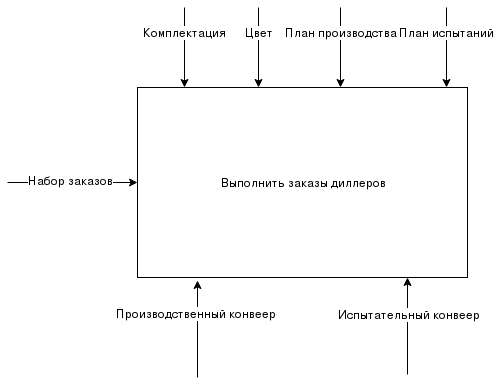
Earlier version of the draw.io export diagrams/idef0_0.png (akhoroshev/se-architecture-course). Source tidied: cells renumbered, new cells last; positions are measured from the earlier drawing's top-left corner, leaving out a move shared by most shapes. The source it was exported from:
```xml
<mxGraphModel>
  <root>
    <mxCell id="0" />
    <mxCell id="1" parent="0" />
    <mxCell id="2" value="Выполнить заказы диллеров" style="rounded=0;whiteSpace=wrap;html=1;" parent="1" vertex="1">
      <mxGeometry x="130" y="80" width="330" height="190" as="geometry" />
    </mxCell>
    <mxCell id="3" style="endArrow=classic;html=1;entryX=0.182;entryY=1.016;entryDx=0;entryDy=0;entryPerimeter=0;" parent="1" edge="1" target="2">
      <mxGeometry relative="1" as="geometry">
        <mxPoint x="190" y="370" as="sourcePoint" />
      </mxGeometry>
    </mxCell>
    <mxCell id="4" value="Производственный конвеер" style="text;html=1;align=center;verticalAlign=middle;labelBackgroundColor=#ffffff;" parent="3" vertex="1">
      <mxGeometry x="0.34" y="2" relative="1" as="geometry" />
    </mxCell>
    <mxCell id="5" style="endArrow=classic;html=1;entryX=0.182;entryY=1.016;entryDx=0;entryDy=0;entryPerimeter=0;" parent="1" edge="1">
      <mxGeometry relative="1" as="geometry">
        <mxPoint x="400" y="367" as="sourcePoint" />
        <mxPoint x="400" y="270" as="targetPoint" />
      </mxGeometry>
    </mxCell>
    <mxCell id="6" value="Испытательный конвеер" style="text;html=1;align=center;verticalAlign=middle;labelBackgroundColor=#ffffff;" parent="5" vertex="1">
      <mxGeometry x="0.26" y="-1" relative="1" as="geometry" />
    </mxCell>
    <mxCell id="7" style="endArrow=classic;html=1;entryX=0;entryY=0.579;entryDx=0;entryDy=0;entryPerimeter=0;" parent="1" edge="1">
      <mxGeometry relative="1" as="geometry">
        <mxPoint y="175" as="sourcePoint" />
        <mxPoint x="130" y="175" as="targetPoint" />
      </mxGeometry>
    </mxCell>
    <mxCell id="8" value="Набор заказов" style="text;html=1;align=center;verticalAlign=middle;labelBackgroundColor=#ffffff;" parent="7" vertex="1">
      <mxGeometry x="0.4" y="3" relative="1" as="geometry">
        <mxPoint x="-28" as="offset" />
      </mxGeometry>
    </mxCell>
    <mxCell id="9" style="endArrow=classic;html=1;" parent="1" edge="1">
      <mxGeometry relative="1" as="geometry">
        <mxPoint x="177" as="sourcePoint" />
        <mxPoint x="177" y="80" as="targetPoint" />
      </mxGeometry>
    </mxCell>
    <mxCell id="10" value="Комплектация" style="text;html=1;align=center;verticalAlign=middle;labelBackgroundColor=#ffffff;" parent="9" vertex="1">
      <mxGeometry x="-0.4" relative="1" as="geometry" />
    </mxCell>
    <mxCell id="11" style="endArrow=classic;html=1;" parent="1" edge="1">
      <mxGeometry relative="1" as="geometry">
        <mxPoint x="251" as="sourcePoint" />
        <mxPoint x="251" y="80" as="targetPoint" />
      </mxGeometry>
    </mxCell>
    <mxCell id="12" value="Цвет" style="text;html=1;align=center;verticalAlign=middle;labelBackgroundColor=#ffffff;" parent="11" vertex="1">
      <mxGeometry x="-0.4" relative="1" as="geometry" />
    </mxCell>
    <mxCell id="13" style="endArrow=classic;html=1;" parent="1" edge="1">
      <mxGeometry relative="1" as="geometry">
        <mxPoint x="333" as="sourcePoint" />
        <mxPoint x="333" y="80" as="targetPoint" />
      </mxGeometry>
    </mxCell>
    <mxCell id="14" value="План производства" style="text;html=1;align=center;verticalAlign=middle;labelBackgroundColor=#ffffff;" parent="13" vertex="1">
      <mxGeometry x="-0.4" relative="1" as="geometry" />
    </mxCell>
    <mxCell id="15" style="endArrow=classic;html=1;" parent="1" edge="1">
      <mxGeometry relative="1" as="geometry">
        <mxPoint x="439" as="sourcePoint" />
        <mxPoint x="439" y="80" as="targetPoint" />
      </mxGeometry>
    </mxCell>
    <mxCell id="16" value="План испытаний" style="text;html=1;align=center;verticalAlign=middle;labelBackgroundColor=#ffffff;" parent="15" vertex="1">
      <mxGeometry x="-0.4" relative="1" as="geometry" />
    </mxCell>
  </root>
</mxGraphModel>
```
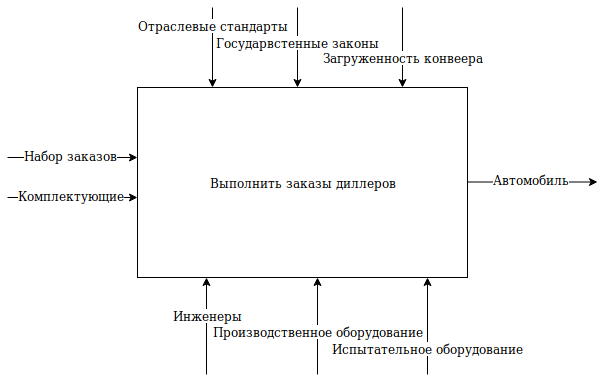
After the commit.

The edit, as a diff of the source:
```diff
@@ -5,27 +5,21 @@
     <mxCell id="2" value="Выполнить заказы диллеров" style="rounded=0;whiteSpace=wrap;html=1;" parent="1" vertex="1">
       <mxGeometry x="130" y="80" width="330" height="190" as="geometry" />
     </mxCell>
-    <mxCell id="3" style="endArrow=classic;html=1;entryX=0.182;entryY=1.016;entryDx=0;entryDy=0;entryPerimeter=0;" parent="1" edge="1" target="2">
-      <mxGeometry relative="1" as="geometry">
-        <mxPoint x="190" y="370" as="sourcePoint" />
-      </mxGeometry>
-    </mxCell>
-    <mxCell id="4" value="Производственный конвеер" style="text;html=1;align=center;verticalAlign=middle;labelBackgroundColor=#ffffff;" parent="3" vertex="1">
-      <mxGeometry x="0.34" y="2" relative="1" as="geometry" />
-    </mxCell>
     <mxCell id="5" style="endArrow=classic;html=1;entryX=0.182;entryY=1.016;entryDx=0;entryDy=0;entryPerimeter=0;" parent="1" edge="1">
       <mxGeometry relative="1" as="geometry">
-        <mxPoint x="400" y="367" as="sourcePoint" />
-        <mxPoint x="400" y="270" as="targetPoint" />
+        <mxPoint x="420" y="367" as="sourcePoint" />
+        <mxPoint x="420" y="270" as="targetPoint" />
       </mxGeometry>
     </mxCell>
-    <mxCell id="6" value="Испытательный конвеер" style="text;html=1;align=center;verticalAlign=middle;labelBackgroundColor=#ffffff;" parent="5" vertex="1">
-      <mxGeometry x="0.26" y="-1" relative="1" as="geometry" />
+    <mxCell id="6" value="Испытательное оборудование" style="text;html=1;align=center;verticalAlign=middle;labelBackgroundColor=#ffffff;" parent="5" vertex="1">
+      <mxGeometry x="0.26" y="-1" relative="1" as="geometry">
+        <mxPoint x="-1" y="34" as="offset" />
+      </mxGeometry>
     </mxCell>
     <mxCell id="7" style="endArrow=classic;html=1;entryX=0;entryY=0.579;entryDx=0;entryDy=0;entryPerimeter=0;" parent="1" edge="1">
       <mxGeometry relative="1" as="geometry">
-        <mxPoint y="175" as="sourcePoint" />
-        <mxPoint x="130" y="175" as="targetPoint" />
+        <mxPoint y="150" as="sourcePoint" />
+        <mxPoint x="130" y="150" as="targetPoint" />
       </mxGeometry>
     </mxCell>
     <mxCell id="8" value="Набор заказов" style="text;html=1;align=center;verticalAlign=middle;labelBackgroundColor=#ffffff;" parent="7" vertex="1">
@@ -33,41 +27,82 @@
         <mxPoint x="-28" as="offset" />
       </mxGeometry>
     </mxCell>
-    <mxCell id="9" style="endArrow=classic;html=1;" parent="1" edge="1">
-      <mxGeometry relative="1" as="geometry">
-        <mxPoint x="177" as="sourcePoint" />
-        <mxPoint x="177" y="80" as="targetPoint" />
-      </mxGeometry>
-    </mxCell>
-    <mxCell id="10" value="Комплектация" style="text;html=1;align=center;verticalAlign=middle;labelBackgroundColor=#ffffff;" parent="9" vertex="1">
-      <mxGeometry x="-0.4" relative="1" as="geometry" />
-    </mxCell>
-    <mxCell id="11" style="endArrow=classic;html=1;" parent="1" edge="1">
-      <mxGeometry relative="1" as="geometry">
-        <mxPoint x="251" as="sourcePoint" />
-        <mxPoint x="251" y="80" as="targetPoint" />
-      </mxGeometry>
-    </mxCell>
-    <mxCell id="12" value="Цвет" style="text;html=1;align=center;verticalAlign=middle;labelBackgroundColor=#ffffff;" parent="11" vertex="1">
-      <mxGeometry x="-0.4" relative="1" as="geometry" />
-    </mxCell>
     <mxCell id="13" style="endArrow=classic;html=1;" parent="1" edge="1">
       <mxGeometry relative="1" as="geometry">
-        <mxPoint x="333" as="sourcePoint" />
-        <mxPoint x="333" y="80" as="targetPoint" />
+        <mxPoint x="205" as="sourcePoint" />
+        <mxPoint x="205" y="80" as="targetPoint" />
       </mxGeometry>
     </mxCell>
-    <mxCell id="14" value="План производства" style="text;html=1;align=center;verticalAlign=middle;labelBackgroundColor=#ffffff;" parent="13" vertex="1">
-      <mxGeometry x="-0.4" relative="1" as="geometry" />
+    <mxCell id="14" value="Отраслевые стандарты" style="text;html=1;align=center;verticalAlign=middle;labelBackgroundColor=#ffffff;" parent="13" vertex="1">
+      <mxGeometry x="-0.4" relative="1" as="geometry">
+        <mxPoint y="-7" as="offset" />
+      </mxGeometry>
     </mxCell>
     <mxCell id="15" style="endArrow=classic;html=1;" parent="1" edge="1">
       <mxGeometry relative="1" as="geometry">
-        <mxPoint x="439" as="sourcePoint" />
-        <mxPoint x="439" y="80" as="targetPoint" />
+        <mxPoint x="290" as="sourcePoint" />
+        <mxPoint x="290" y="80" as="targetPoint" />
       </mxGeometry>
     </mxCell>
-    <mxCell id="16" value="План испытаний" style="text;html=1;align=center;verticalAlign=middle;labelBackgroundColor=#ffffff;" parent="15" vertex="1">
-      <mxGeometry x="-0.4" relative="1" as="geometry" />
+    <mxCell id="16" value="Государвстенные законы" style="text;html=1;align=center;verticalAlign=middle;labelBackgroundColor=#ffffff;" parent="15" vertex="1">
+      <mxGeometry x="-0.4" relative="1" as="geometry">
+        <mxPoint y="10" as="offset" />
+      </mxGeometry>
     </mxCell>
+    <mxCell id="17" style="endArrow=classic;html=1;entryX=0;entryY=0.579;entryDx=0;entryDy=0;entryPerimeter=0;" parent="1" edge="1">
+      <mxGeometry relative="1" as="geometry">
+        <mxPoint x="460" y="174.5" as="sourcePoint" />
+        <mxPoint x="590" y="174.5" as="targetPoint" />
+      </mxGeometry>
+    </mxCell>
+    <mxCell id="18" value="Автомобиль" style="text;html=1;align=center;verticalAlign=middle;labelBackgroundColor=#ffffff;" parent="17" vertex="1">
+      <mxGeometry x="0.4" y="3" relative="1" as="geometry">
+        <mxPoint x="-28" as="offset" />
+      </mxGeometry>
+    </mxCell>
+    <mxCell id="19" style="endArrow=classic;html=1;entryX=0;entryY=0.579;entryDx=0;entryDy=0;entryPerimeter=0;" parent="1" edge="1">
+      <mxGeometry relative="1" as="geometry">
+        <mxPoint y="190" as="sourcePoint" />
+        <mxPoint x="130" y="190" as="targetPoint" />
+      </mxGeometry>
+    </mxCell>
+    <mxCell id="20" value="Комплектующие" style="text;html=1;align=center;verticalAlign=middle;labelBackgroundColor=#ffffff;" parent="19" vertex="1">
+      <mxGeometry x="0.4" y="3" relative="1" as="geometry">
+        <mxPoint x="-28" as="offset" />
+      </mxGeometry>
+    </mxCell>
+    <mxCell id="21" style="endArrow=classic;html=1;entryX=0.182;entryY=1.016;entryDx=0;entryDy=0;entryPerimeter=0;" parent="1" edge="1">
+      <mxGeometry relative="1" as="geometry">
+        <mxPoint x="310" y="367" as="sourcePoint" />
+        <mxPoint x="310" y="270" as="targetPoint" />
+      </mxGeometry>
+    </mxCell>
+    <mxCell id="22" value="Производственное оборудование" style="text;html=1;align=center;verticalAlign=middle;labelBackgroundColor=#ffffff;" parent="21" vertex="1">
+      <mxGeometry x="0.26" y="-1" relative="1" as="geometry">
+        <mxPoint x="-1" y="17" as="offset" />
+      </mxGeometry>
+    </mxCell>
+    <mxCell id="23" style="endArrow=classic;html=1;entryX=0.182;entryY=1.016;entryDx=0;entryDy=0;entryPerimeter=0;" parent="1" edge="1">
+      <mxGeometry relative="1" as="geometry">
+        <mxPoint x="199" y="367" as="sourcePoint" />
+        <mxPoint x="199" y="270" as="targetPoint" />
+      </mxGeometry>
+    </mxCell>
+    <mxCell id="24" value="Инженеры" style="text;html=1;align=center;verticalAlign=middle;labelBackgroundColor=#ffffff;" parent="23" vertex="1">
+      <mxGeometry x="-0.51" y="1" relative="1" as="geometry">
+        <mxPoint x="2" y="-36" as="offset" />
+      </mxGeometry>
+    </mxCell>
+    <mxCell id="25" style="endArrow=classic;html=1;" parent="1" edge="1">
+      <mxGeometry relative="1" as="geometry">
+        <mxPoint x="395" as="sourcePoint" />
+        <mxPoint x="395" y="80" as="targetPoint" />
+      </mxGeometry>
+    </mxCell>
+    <mxCell id="26" value="Загруженность конвеера" style="text;html=1;align=center;verticalAlign=middle;labelBackgroundColor=#ffffff;" parent="25" vertex="1">
+      <mxGeometry x="-0.4" relative="1" as="geometry">
+        <mxPoint y="25" as="offset" />
+      </mxGeometry>
+    </mxCell>
   </root>
 </mxGraphModel>
```
